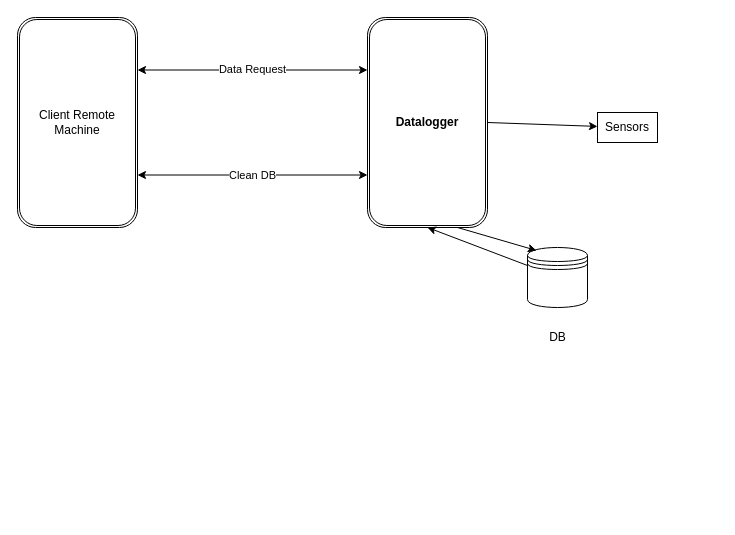
qiweimao/ESP32-Datalogger keeps this draw.io diagram as arch.drawio. Above is the earlier version. Source tidied: cells renumbered, new cells numbered last; positions are measured from the earlier drawing's top-left corner, leaving out a move shared by most shapes. Both pictures are drawn from the tidied source at 100%, with x=0, y=0 at pixel (17, 17).
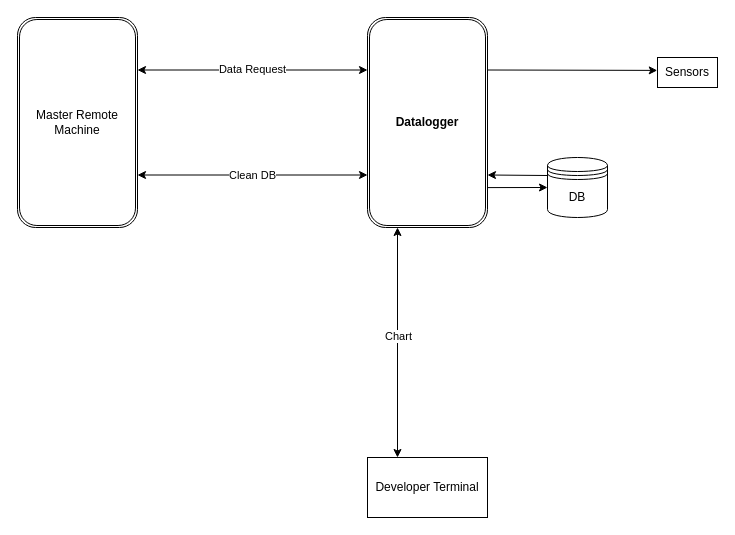
After the change.

Commit message:
added query methods

Diff of the diagram source:
```diff
@@
 <mxGraphModel>
   <root>
     <mxCell id="0" />
     <mxCell id="1" parent="0" />
     <mxCell id="2" value="&lt;b&gt;Datalogger&lt;/b&gt;" style="shape=ext;double=1;rounded=1;whiteSpace=wrap;html=1;" parent="1" vertex="1">
       <mxGeometry x="350" width="120" height="210" as="geometry" />
     </mxCell>
-    <mxCell id="3" style="endArrow=classic;html=1;exitX=1;exitY=0.5;exitDx=0;exitDy=0;" parent="1" edge="1" source="2" target="4">
+    <mxCell id="3" style="endArrow=classic;html=1;exitX=1;exitY=0.25;exitDx=0;exitDy=0;entryX=-0.004;entryY=0.43;entryDx=0;entryDy=0;entryPerimeter=0;" parent="1" edge="1" source="2" target="4">
       <mxGeometry relative="1" as="geometry" />
     </mxCell>
     <mxCell id="4" value="Sensors" style="rounded=0;whiteSpace=wrap;html=1;" parent="1" vertex="1">
-      <mxGeometry x="580" y="95" width="60" height="30" as="geometry" />
+      <mxGeometry x="640" y="40" width="60" height="30" as="geometry" />
     </mxCell>
-    <mxCell id="5" value="Client Remote Machine" style="shape=ext;double=1;rounded=1;whiteSpace=wrap;html=1;" parent="1" vertex="1">
+    <mxCell id="5" value="Master Remote Machine" style="shape=ext;double=1;rounded=1;whiteSpace=wrap;html=1;" parent="1" vertex="1">
       <mxGeometry width="120" height="210" as="geometry" />
     </mxCell>
-    <mxCell id="6" style="shape=datastore;whiteSpace=wrap;html=1;" parent="1" vertex="1">
-      <mxGeometry x="510" y="230" width="60" height="60" as="geometry" />
+    <mxCell id="6" value="DB" style="shape=datastore;whiteSpace=wrap;html=1;" parent="1" vertex="1">
+      <mxGeometry x="530" y="140" width="60" height="60" as="geometry" />
     </mxCell>
-    <mxCell id="7" value="DB" style="text;html=1;align=center;verticalAlign=middle;strokeColor=none;fillColor=none;" parent="1" vertex="1">
-      <mxGeometry x="520" y="305" width="40" height="30" as="geometry" />
-    </mxCell>
-    <mxCell id="8" style="endArrow=classic;html=1;exitX=0.75;exitY=1;exitDx=0;exitDy=0;entryX=0.15;entryY=0.05;entryDx=0;entryDy=0;entryPerimeter=0;" parent="1" edge="1" source="2" target="6">
+    <mxCell id="8" style="endArrow=classic;html=1;exitX=1;exitY=0.81;exitDx=0;exitDy=0;entryX=0;entryY=0.5;entryDx=0;entryDy=0;exitPerimeter=0;" parent="1" edge="1" source="2" target="6">
       <mxGeometry relative="1" as="geometry" />
     </mxCell>
-    <mxCell id="9" style="endArrow=classic;html=1;exitX=0;exitY=0.3;exitDx=0;exitDy=0;entryX=0.5;entryY=1;entryDx=0;entryDy=0;" parent="1" edge="1" source="6" target="2">
+    <mxCell id="9" style="endArrow=classic;html=1;exitX=0;exitY=0.3;exitDx=0;exitDy=0;entryX=1;entryY=0.75;entryDx=0;entryDy=0;" parent="1" edge="1" source="6" target="2">
       <mxGeometry relative="1" as="geometry" />
     </mxCell>
     <mxCell id="10" value="Data Request" style="endArrow=classic;startArrow=classic;html=1;exitX=1;exitY=0.25;exitDx=0;exitDy=0;entryX=0;entryY=0.25;entryDx=0;entryDy=0;" parent="1" edge="1" source="5" target="2">
       <mxGeometry relative="1" as="geometry" />
     </mxCell>
     <mxCell id="11" value="Clean DB" style="endArrow=classic;startArrow=classic;html=1;exitX=1;exitY=0.75;exitDx=0;exitDy=0;entryX=0;entryY=0.75;entryDx=0;entryDy=0;" parent="1" edge="1" source="5" target="2">
       <mxGeometry relative="1" as="geometry" />
     </mxCell>
+    <mxCell id="12" value="Developer Terminal" style="rounded=0;whiteSpace=wrap;html=1;" parent="1" vertex="1">
+      <mxGeometry x="350" y="440" width="120" height="60" as="geometry" />
+    </mxCell>
+    <mxCell id="13" style="endArrow=classic;startArrow=classic;html=1;exitX=0.25;exitY=0;exitDx=0;exitDy=0;entryX=0.25;entryY=1;entryDx=0;entryDy=0;" parent="1" edge="1" source="12" target="2">
+      <mxGeometry relative="1" as="geometry" />
+    </mxCell>
+    <mxCell id="14" value="Chart" style="edgeLabel;html=1;align=center;verticalAlign=middle;" parent="13" vertex="1">
+      <mxGeometry x="0.06" relative="1" as="geometry" />
+    </mxCell>
   </root>
 </mxGraphModel>
```
